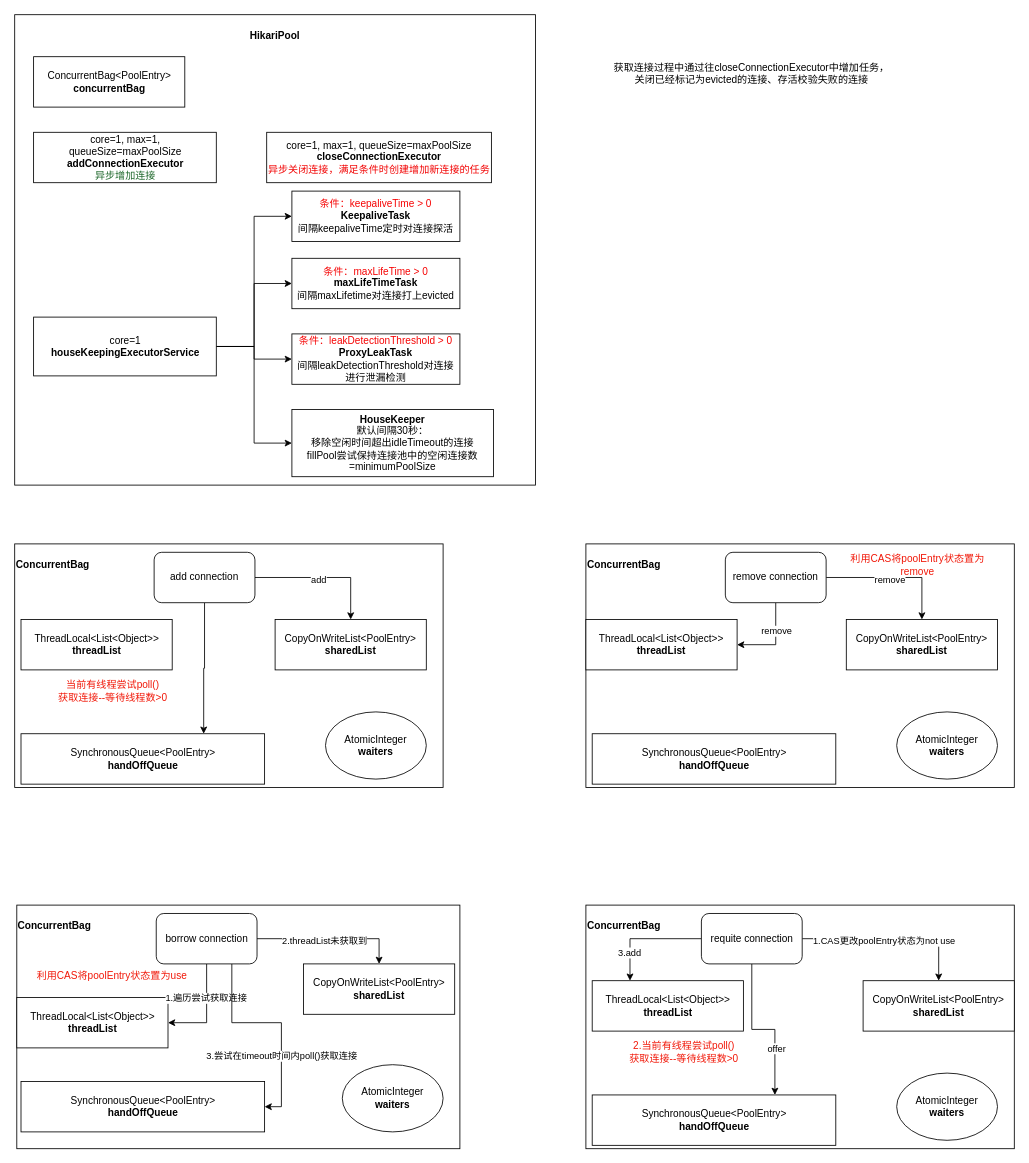
Above: page "第 2 页" (2 of 2) of HikariCP.drawio in pxy0601/diagram (draw.io), before the change. Source tidied: cells renumbered, new cells numbered last; positions are measured from the earlier drawing's top-left corner, leaving out a move shared by most shapes. Both pictures are drawn from the tidied source at 84%, with x=0, y=0 at pixel (14, 14).
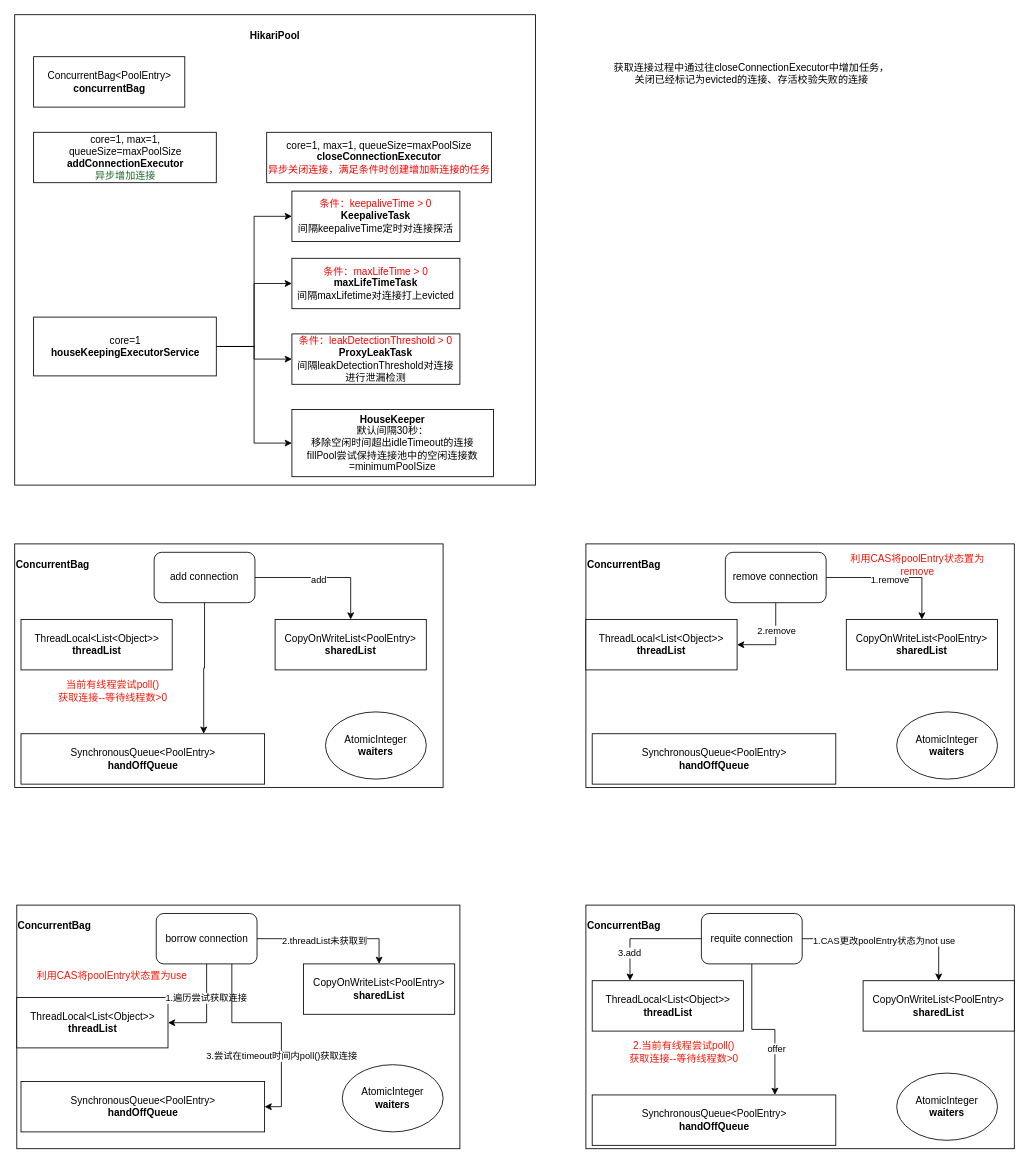
The same diagram, later.

The change refers to these unchanged cells:
```xml
<mxCell id="33" style="edgeStyle=orthogonalEdgeStyle;rounded=0;jettySize=auto;html=1;exitX=1;exitY=0.5;exitDx=0;exitDy=0;entryX=0.5;entryY=0;entryDx=0;entryDy=0;" parent="1" edge="1" source="37" target="30">
  <mxGeometry relative="1" as="geometry" />
</mxCell>
<mxCell id="35" style="edgeStyle=orthogonalEdgeStyle;rounded=0;jettySize=auto;html=1;exitX=0.5;exitY=1;exitDx=0;exitDy=0;entryX=1;entryY=0.5;entryDx=0;entryDy=0;" parent="1" edge="1" source="37" target="29">
  <mxGeometry relative="1" as="geometry" />
</mxCell>
```

Change to the diagram source:
```diff
@@
-    <mxCell id="34" value="remove" style="edgeLabel;html=1;align=center;verticalAlign=middle;" parent="33" vertex="1">
+    <mxCell id="34" value="1.remove" style="edgeLabel;html=1;align=center;verticalAlign=middle;" parent="33" vertex="1">
       <mxGeometry x="-0.09" y="-2" relative="1" as="geometry" />
     </mxCell>
@@
-    <mxCell id="36" value="remove" style="edgeLabel;html=1;align=center;verticalAlign=middle;" parent="35" vertex="1">
+    <mxCell id="36" value="2.remove" style="edgeLabel;html=1;align=center;verticalAlign=middle;" parent="35" vertex="1">
       <mxGeometry x="-0.33" relative="1" as="geometry">
         <mxPoint y="1" as="offset" />
       </mxGeometry>
     </mxCell>
```
